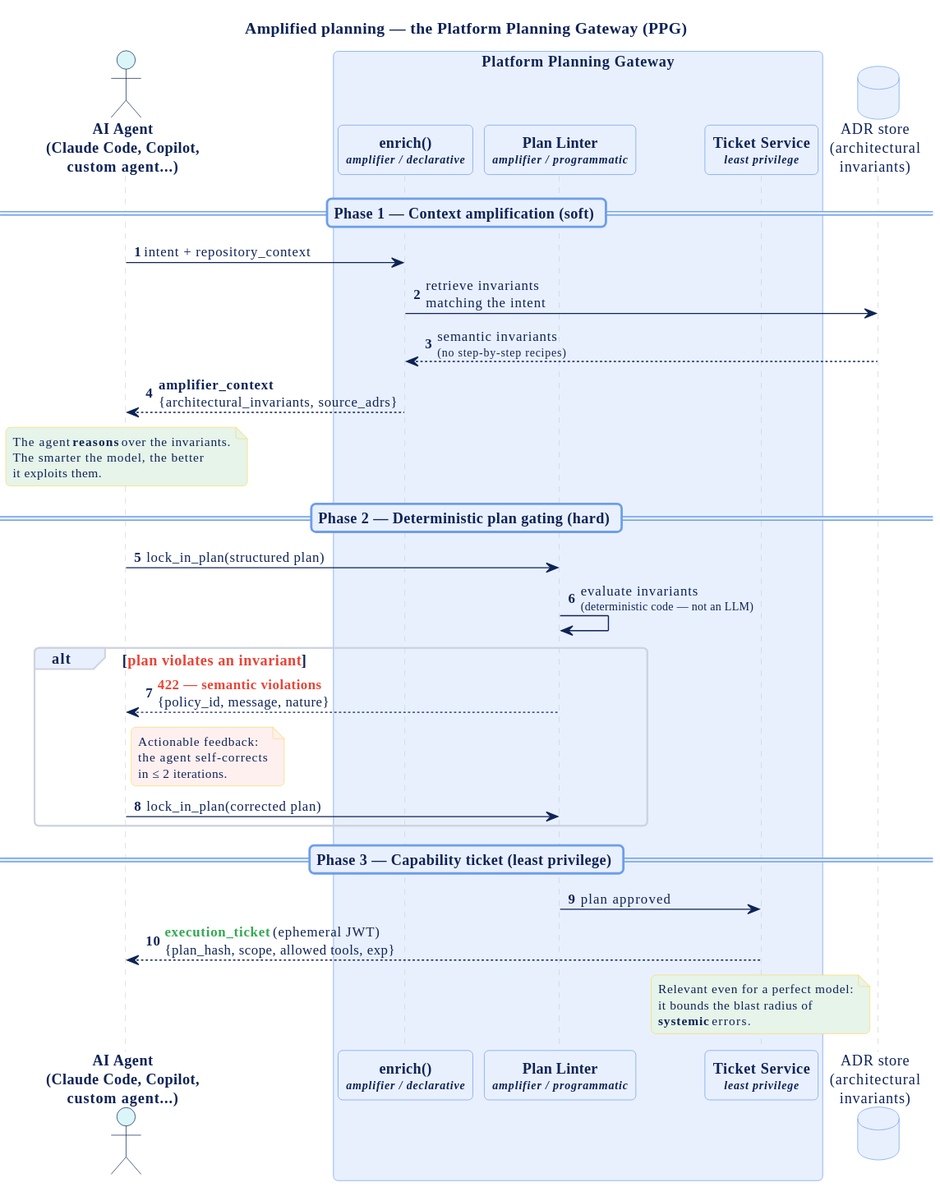
Before: docs/diagrams/amplified-planning-sequence.svg, a diagram exported from PlantUML (owulveryck/poc-agentic-platform).
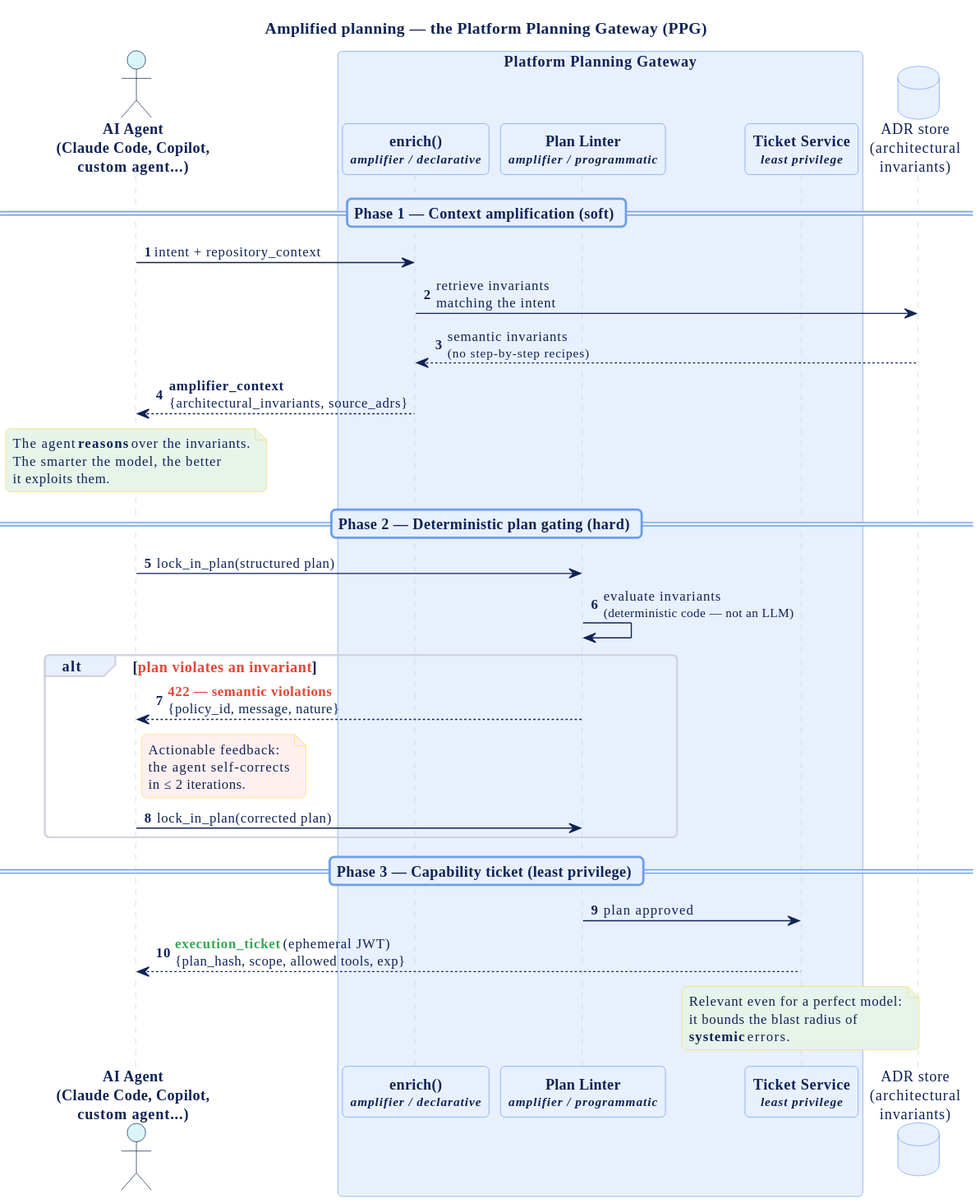
Later version of the same file.

What changed in the source:
```diff
@@ -7,9 +7,9 @@
 actor "AI Agent\n(Claude Code, Copilot,\ncustom agent...)" as Agent
 
 box "Platform Planning Gateway" #E8F0FE
-  participant "enrich()\n<size:10><i>amplifier / declarative</i></size>" as Enrich
-  participant "Plan Linter\n<size:10><i>amplifier / programmatic</i></size>" as Linter
-  participant "Ticket Service\n<size:10><i>least privilege</i></size>" as Ticket
+  participant "enrich()\n<size:11><i>amplifier / declarative</i></size>" as Enrich
+  participant "Plan Linter\n<size:11><i>amplifier / programmatic</i></size>" as Linter
+  participant "Ticket Service\n<size:11><i>least privilege</i></size>" as Ticket
 end box
 
 database "ADR store\n(architectural\ninvariants)" as ADR
@@ -17,7 +17,7 @@
 == Phase 1 — Context amplification (soft) ==
 Agent -> Enrich : intent + repository_context
 Enrich -> ADR : retrieve invariants\nmatching the intent
-ADR --> Enrich : semantic invariants\n<size:10>(no step-by-step recipes)</size>
+ADR --> Enrich : semantic invariants\n<size:11>(no step-by-step recipes)</size>
 Enrich --> Agent : <b>amplifier_context</b>\n{architectural_invariants, source_adrs}
 
 note over Agent #E6F4EA
@@ -28,7 +28,7 @@
 
 == Phase 2 — Deterministic plan gating (hard) ==
 Agent -> Linter : lock_in_plan(structured plan)
-Linter -> Linter : evaluate invariants\n<size:10>(deterministic code — not an LLM)</size>
+Linter -> Linter : evaluate invariants\n<size:11>(deterministic code — not an LLM)</size>
 
 alt <color:#EA4335>plan violates an invariant</color>
   Linter --> Agent : <color:#EA4335><b>422 — semantic violations</b></color>\n{policy_id, message, nature}
```
